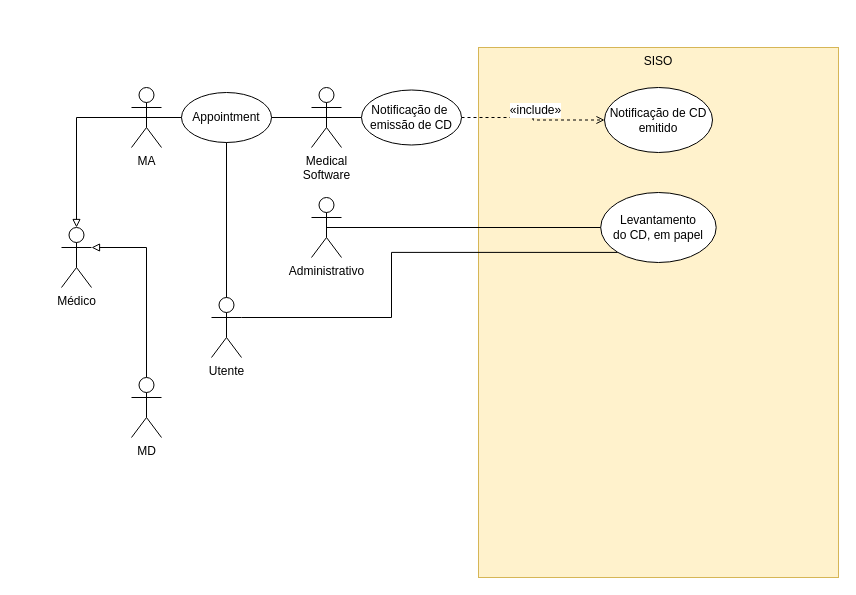
This is page "2.4" (2 of 2) of P/P2/P2.drawio from DavidAraujo98/AS, a draw.io file, before an edit. Source tidied: cells renumbered, new cells numbered last; positions are measured from the earlier drawing's top-left corner, leaving out a move shared by most shapes. Both pictures are drawn from the tidied source at 100%, with x=0, y=0 at pixel (61, 47).
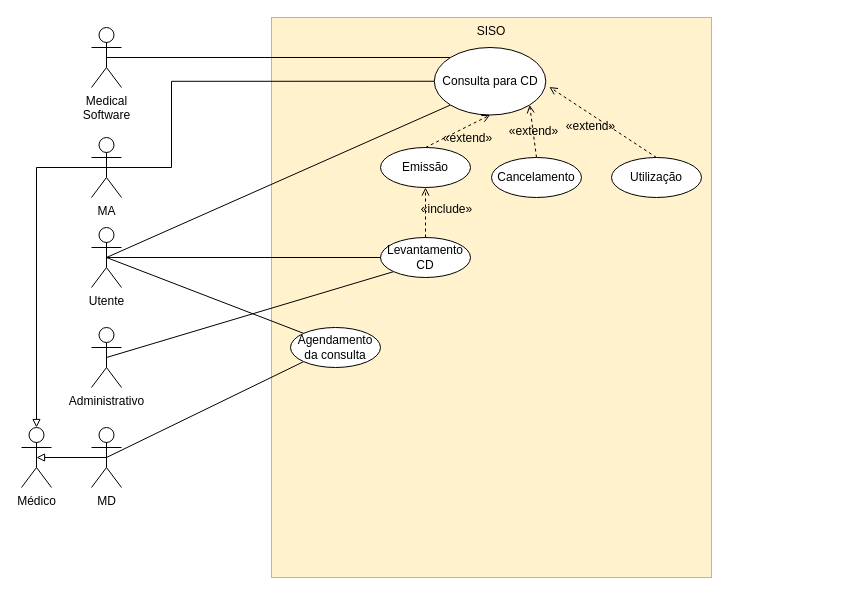
Above is the later version.

What changed in the source:
```diff
@@
     <mxCell id="2" value="SISO" style="rounded=0;whiteSpace=wrap;html=1;verticalAlign=top;fillColor=#fff2cc;strokeColor=#d6b656;" parent="1" vertex="1">
-      <mxGeometry x="417" width="360" height="530" as="geometry" />
+      <mxGeometry x="210" y="-30" width="440" height="560" as="geometry" />
     </mxCell>
     <mxCell id="3" value="Médico" style="shape=umlActor;verticalLabelPosition=bottom;verticalAlign=top;html=1;outlineConnect=0;" parent="1" vertex="1">
-      <mxGeometry y="180" width="30" height="60" as="geometry" />
+      <mxGeometry x="-40" y="380" width="30" height="60" as="geometry" />
     </mxCell>
@@
+    <mxCell id="22" style="edgeStyle=orthogonalEdgeStyle;rounded=0;jettySize=auto;html=1;exitX=0.5;exitY=0.5;exitDx=0;exitDy=0;exitPerimeter=0;entryX=0;entryY=0.5;entryDx=0;entryDy=0;labelBackgroundColor=none;fontSize=12;startArrow=none;startFill=0;endArrow=none;endFill=0;" parent="1" edge="1" source="5" target="17">
+      <mxGeometry relative="1" as="geometry">
+        <Array as="points">
+          <mxPoint x="110" y="120" />
+          <mxPoint x="110" y="34" />
+        </Array>
+      </mxGeometry>
+    </mxCell>
     <mxCell id="5" value="MA" style="shape=umlActor;verticalLabelPosition=bottom;verticalAlign=top;html=1;outlineConnect=0;" parent="1" vertex="1">
-      <mxGeometry x="70" y="40" width="30" height="60" as="geometry" />
+      <mxGeometry x="30" y="90" width="30" height="60" as="geometry" />
     </mxCell>
-    <mxCell id="6" style="edgeStyle=orthogonalEdgeStyle;rounded=0;jettySize=auto;html=1;exitX=0.5;exitY=0;exitDx=0;exitDy=0;exitPerimeter=0;entryX=1;entryY=0.3333333333333333;entryDx=0;entryDy=0;entryPerimeter=0;labelBackgroundColor=none;fontSize=12;endArrow=block;endFill=0;" parent="1" edge="1" source="7" target="3">
-      <mxGeometry relative="1" as="geometry">
-        <Array as="points">
-          <mxPoint x="85" y="200" />
-        </Array>
-      </mxGeometry>
+    <mxCell id="6" style="edgeStyle=orthogonalEdgeStyle;rounded=0;jettySize=auto;html=1;exitX=0.5;exitY=0.5;exitDx=0;exitDy=0;exitPerimeter=0;entryX=0.5;entryY=0.5;entryDx=0;entryDy=0;entryPerimeter=0;labelBackgroundColor=none;fontSize=12;endArrow=block;endFill=0;startArrow=none;startFill=0;" parent="1" edge="1" source="7" target="3">
+      <mxGeometry relative="1" as="geometry" />
     </mxCell>
+    <mxCell id="23" style="edgeStyle=none;rounded=0;jettySize=auto;html=1;exitX=0.5;exitY=0.5;exitDx=0;exitDy=0;exitPerimeter=0;entryX=0;entryY=1;entryDx=0;entryDy=0;labelBackgroundColor=none;fontSize=12;startArrow=none;startFill=0;endArrow=none;endFill=0;" parent="1" edge="1" source="7" target="34">
+      <mxGeometry relative="1" as="geometry" />
+    </mxCell>
     <mxCell id="7" value="MD" style="shape=umlActor;verticalLabelPosition=bottom;verticalAlign=top;html=1;outlineConnect=0;" parent="1" vertex="1">
-      <mxGeometry x="70" y="330" width="30" height="60" as="geometry" />
+      <mxGeometry x="30" y="380" width="30" height="60" as="geometry" />
     </mxCell>
-    <mxCell id="8" value="Appointment" style="ellipse;whiteSpace=wrap;html=1;" parent="1" vertex="1">
-      <mxGeometry x="120" y="45" width="90" height="50" as="geometry" />
-    </mxCell>
-    <mxCell id="9" style="endArrow=none;html=1;rounded=0;entryX=0;entryY=0.5;entryDx=0;entryDy=0;exitX=0.5;exitY=0.5;exitDx=0;exitDy=0;exitPerimeter=0;" parent="1" edge="1" source="5" target="8">
-      <mxGeometry relative="1" as="geometry" />
-    </mxCell>
-    <mxCell id="10" style="edgeStyle=orthogonalEdgeStyle;rounded=0;jettySize=auto;html=1;exitX=1;exitY=0.3333333333333333;exitDx=0;exitDy=0;exitPerimeter=0;entryX=0;entryY=1;entryDx=0;entryDy=0;labelBackgroundColor=none;fontSize=12;endArrow=none;endFill=0;" parent="1" edge="1" source="11" target="19">
-      <mxGeometry relative="1" as="geometry">
-        <Array as="points">
-          <mxPoint x="330" y="270" />
-          <mxPoint x="330" y="204" />
-        </Array>
-      </mxGeometry>
-    </mxCell>
+    <mxCell id="24" style="rounded=0;jettySize=auto;html=1;exitX=0.5;exitY=0.5;exitDx=0;exitDy=0;exitPerimeter=0;entryX=0;entryY=1;entryDx=0;entryDy=0;labelBackgroundColor=none;fontSize=12;startArrow=none;startFill=0;endArrow=none;endFill=0;" parent="1" edge="1" source="11" target="17">
+      <mxGeometry relative="1" as="geometry" />
+    </mxCell>
+    <mxCell id="25" style="edgeStyle=none;rounded=0;jettySize=auto;html=1;exitX=0.5;exitY=0.5;exitDx=0;exitDy=0;exitPerimeter=0;entryX=0;entryY=0.5;entryDx=0;entryDy=0;labelBackgroundColor=none;fontSize=12;startArrow=none;startFill=0;endArrow=none;endFill=0;" parent="1" edge="1" source="11" target="33">
+      <mxGeometry relative="1" as="geometry" />
+    </mxCell>
+    <mxCell id="26" style="rounded=0;jettySize=auto;html=1;exitX=0.5;exitY=0.5;exitDx=0;exitDy=0;exitPerimeter=0;entryX=0;entryY=0;entryDx=0;entryDy=0;labelBackgroundColor=none;fontSize=12;startArrow=none;startFill=0;endArrow=none;endFill=0;" parent="1" edge="1" source="11" target="34">
+      <mxGeometry relative="1" as="geometry" />
+    </mxCell>
     <mxCell id="11" value="Utente" style="shape=umlActor;verticalLabelPosition=bottom;verticalAlign=top;html=1;outlineConnect=0;" parent="1" vertex="1">
-      <mxGeometry x="150" y="250" width="30" height="60" as="geometry" />
+      <mxGeometry x="30" y="180" width="30" height="60" as="geometry" />
     </mxCell>
-    <mxCell id="12" style="endArrow=none;html=1;rounded=0;entryX=0.5;entryY=1;entryDx=0;entryDy=0;exitX=0.5;exitY=0;exitDx=0;exitDy=0;exitPerimeter=0;" parent="1" edge="1" source="11" target="8">
-      <mxGeometry relative="1" as="geometry" />
-    </mxCell>
-    <mxCell id="13" style="edgeStyle=orthogonalEdgeStyle;rounded=0;jettySize=auto;html=1;exitX=0.5;exitY=0.5;exitDx=0;exitDy=0;exitPerimeter=0;entryX=0;entryY=0.5;entryDx=0;entryDy=0;endArrow=none;endFill=0;" parent="1" edge="1" source="14" target="17">
+    <mxCell id="13" style="edgeStyle=orthogonalEdgeStyle;rounded=0;jettySize=auto;html=1;exitX=0.5;exitY=0.5;exitDx=0;exitDy=0;exitPerimeter=0;entryX=0;entryY=0;entryDx=0;entryDy=0;labelBackgroundColor=none;fontSize=12;endArrow=none;endFill=0;" parent="1" edge="1" source="14" target="17">
       <mxGeometry relative="1" as="geometry" />
     </mxCell>
     <mxCell id="14" value="Medical&lt;br&gt;Software" style="shape=umlActor;verticalLabelPosition=bottom;verticalAlign=top;html=1;outlineConnect=0;" parent="1" vertex="1">
-      <mxGeometry x="250" y="40" width="30" height="60" as="geometry" />
+      <mxGeometry x="30" y="-20" width="30" height="60" as="geometry" />
     </mxCell>
-    <mxCell id="15" style="endArrow=none;html=1;rounded=0;exitX=1;exitY=0.5;exitDx=0;exitDy=0;entryX=0.5;entryY=0.5;entryDx=0;entryDy=0;entryPerimeter=0;" parent="1" edge="1" source="8" target="14">
-      <mxGeometry relative="1" as="geometry" />
-    </mxCell>
+    <mxCell id="17" value="Consulta para CD" style="ellipse;whiteSpace=wrap;html=1;" parent="1" vertex="1">
+      <mxGeometry x="372.8" width="111.5" height="67.5" as="geometry" />
+    </mxCell>
+    <mxCell id="19" value="Emissão" style="ellipse;whiteSpace=wrap;html=1;fontSize=12;" parent="1" vertex="1">
+      <mxGeometry x="319" y="100" width="90" height="40" as="geometry" />
+    </mxCell>
+    <mxCell id="27" style="edgeStyle=none;rounded=0;jettySize=auto;html=1;exitX=0.5;exitY=0.5;exitDx=0;exitDy=0;exitPerimeter=0;entryX=0;entryY=1;entryDx=0;entryDy=0;labelBackgroundColor=none;fontSize=12;startArrow=none;startFill=0;endArrow=none;endFill=0;" parent="1" edge="1" source="21" target="33">
+      <mxGeometry relative="1" as="geometry" />
+    </mxCell>
+    <mxCell id="21" value="Administrativo" style="shape=umlActor;verticalLabelPosition=bottom;verticalAlign=top;html=1;outlineConnect=0;fontSize=12;" parent="1" vertex="1">
+      <mxGeometry x="30" y="280" width="30" height="60" as="geometry" />
+    </mxCell>
+    <mxCell id="28" value="«extend»" style="endArrow=open;dashed=1;html=1;rounded=0;labelBackgroundColor=none;fontSize=12;entryX=0.5;entryY=1;entryDx=0;entryDy=0;endFill=0;exitX=0.5;exitY=0;exitDx=0;exitDy=0;" parent="1" edge="1" source="19" target="17">
+      <mxGeometry x="0.16" y="-11" relative="1" as="geometry" />
+    </mxCell>
+    <mxCell id="29" value="«extend»" style="edgeStyle=none;rounded=0;jettySize=auto;html=1;exitX=0.5;exitY=0;exitDx=0;exitDy=0;entryX=1;entryY=1;entryDx=0;entryDy=0;labelBackgroundColor=none;fontSize=12;startArrow=none;startFill=0;endArrow=open;endFill=0;dashed=1;" parent="1" edge="1" source="30" target="17">
+      <mxGeometry relative="1" as="geometry" />
+    </mxCell>
+    <mxCell id="30" value="Cancelamento" style="ellipse;whiteSpace=wrap;html=1;fontSize=12;" parent="1" vertex="1">
+      <mxGeometry x="430" y="110" width="90" height="40" as="geometry" />
+    </mxCell>
+    <mxCell id="31" value="«extend»" style="edgeStyle=none;rounded=0;jettySize=auto;html=1;exitX=0.5;exitY=0;exitDx=0;exitDy=0;entryX=1.032;entryY=0.585;entryDx=0;entryDy=0;dashed=1;labelBackgroundColor=none;fontSize=12;startArrow=none;startFill=0;endArrow=open;endFill=0;entryPerimeter=0;" parent="1" edge="1" source="32" target="17">
+      <mxGeometry x="0.12" y="10" relative="1" as="geometry" />
+    </mxCell>
+    <mxCell id="32" value="Utilização" style="ellipse;whiteSpace=wrap;html=1;fontSize=12;" parent="1" vertex="1">
+      <mxGeometry x="550" y="110" width="90" height="40" as="geometry" />
+    </mxCell>
-    <mxCell id="16" value="&lt;font style=&quot;font-size: 12px&quot;&gt;«include»&lt;/font&gt;" style="edgeStyle=orthogonalEdgeStyle;rounded=0;jettySize=auto;html=1;exitX=1;exitY=0.5;exitDx=0;exitDy=0;entryX=0;entryY=0.5;entryDx=0;entryDy=0;endArrow=open;endFill=0;dashed=1;" parent="1" edge="1" source="17" target="18">
-      <mxGeometry x="0.05" y="10" relative="1" as="geometry" />
+    <mxCell id="16" value="«include»" style="edgeStyle=none;rounded=0;jettySize=auto;html=1;exitX=0.5;exitY=0;exitDx=0;exitDy=0;entryX=0.5;entryY=1;entryDx=0;entryDy=0;dashed=1;labelBackgroundColor=none;fontSize=12;startArrow=none;startFill=0;endArrow=open;endFill=0;" parent="1" edge="1" source="33" target="19">
+      <mxGeometry x="0.11" y="-21" relative="1" as="geometry" />
     </mxCell>
-    <mxCell id="17" value="Notificação de&amp;nbsp;&lt;br&gt;emissão de CD" style="ellipse;whiteSpace=wrap;html=1;" parent="1" vertex="1">
-      <mxGeometry x="300" y="42.5" width="100" height="55" as="geometry" />
-    </mxCell>
-    <mxCell id="18" value="Notificação de CD emitido" style="ellipse;whiteSpace=wrap;html=1;" parent="1" vertex="1">
-      <mxGeometry x="543" y="40" width="108" height="65" as="geometry" />
-    </mxCell>
-    <mxCell id="19" value="Levantamento&lt;br&gt;do CD, em papel" style="ellipse;whiteSpace=wrap;html=1;fontSize=12;" parent="1" vertex="1">
-      <mxGeometry x="539.2" y="145" width="115.5" height="70" as="geometry" />
-    </mxCell>
-    <mxCell id="20" style="edgeStyle=orthogonalEdgeStyle;rounded=0;jettySize=auto;html=1;exitX=0.5;exitY=0.5;exitDx=0;exitDy=0;exitPerimeter=0;entryX=0;entryY=0.5;entryDx=0;entryDy=0;labelBackgroundColor=none;fontSize=12;endArrow=none;endFill=0;" parent="1" edge="1" source="21" target="19">
-      <mxGeometry relative="1" as="geometry" />
-    </mxCell>
-    <mxCell id="21" value="Administrativo" style="shape=umlActor;verticalLabelPosition=bottom;verticalAlign=top;html=1;outlineConnect=0;fontSize=12;" parent="1" vertex="1">
-      <mxGeometry x="250" y="150" width="30" height="60" as="geometry" />
-    </mxCell>
+    <mxCell id="33" value="Levantamento CD" style="ellipse;whiteSpace=wrap;html=1;fontSize=12;" parent="1" vertex="1">
+      <mxGeometry x="319" y="190" width="90" height="40" as="geometry" />
+    </mxCell>
+    <mxCell id="34" value="Agendamento&lt;br&gt;da consulta" style="ellipse;whiteSpace=wrap;html=1;fontSize=12;" parent="1" vertex="1">
+      <mxGeometry x="229" y="280" width="90" height="40" as="geometry" />
+    </mxCell>
```
